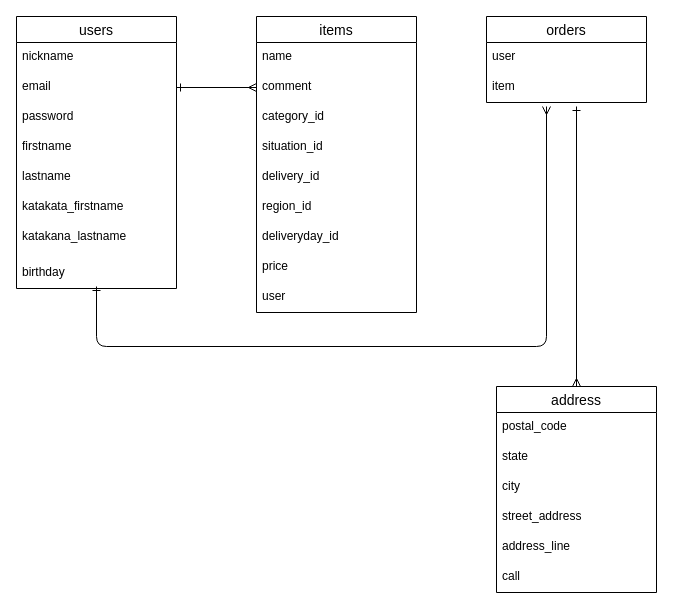
Earlier version of the draw.io diagram ER.dio (RiRi318/furima41235). Source tidied: cells renumbered, new cells numbered last; positions are measured from the earlier drawing's top-left corner, leaving out a move shared by most shapes. Both pictures are drawn from the tidied source at 100%, with x=0, y=0 at pixel (16, 16).
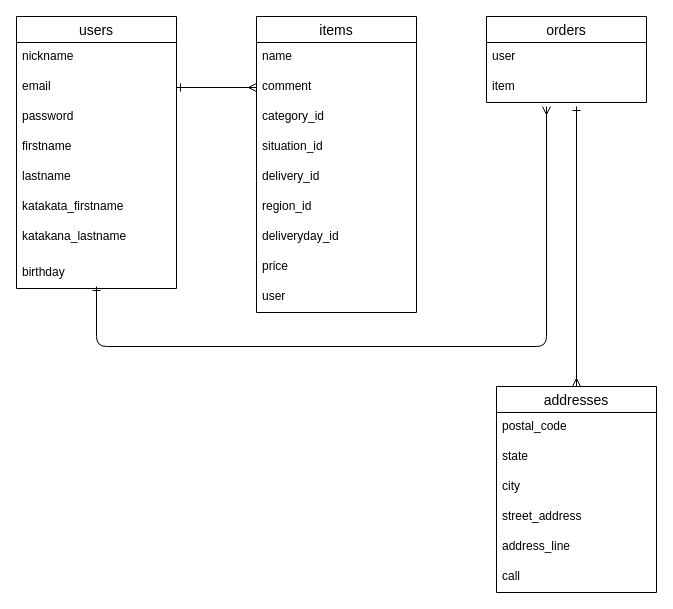
The same page after the edit.

What changed in the source:
```diff
@@
-    <mxCell id="26" value="address" style="swimlane;fontStyle=0;horizontal=1;startSize=26;align=center;fontSize=14;" parent="1" vertex="1">
+    <mxCell id="26" value="addresses" style="swimlane;fontStyle=0;horizontal=1;startSize=26;align=center;fontSize=14;" parent="1" vertex="1">
       <mxGeometry x="480" y="370" width="160" height="206" as="geometry" />
     </mxCell>
```
